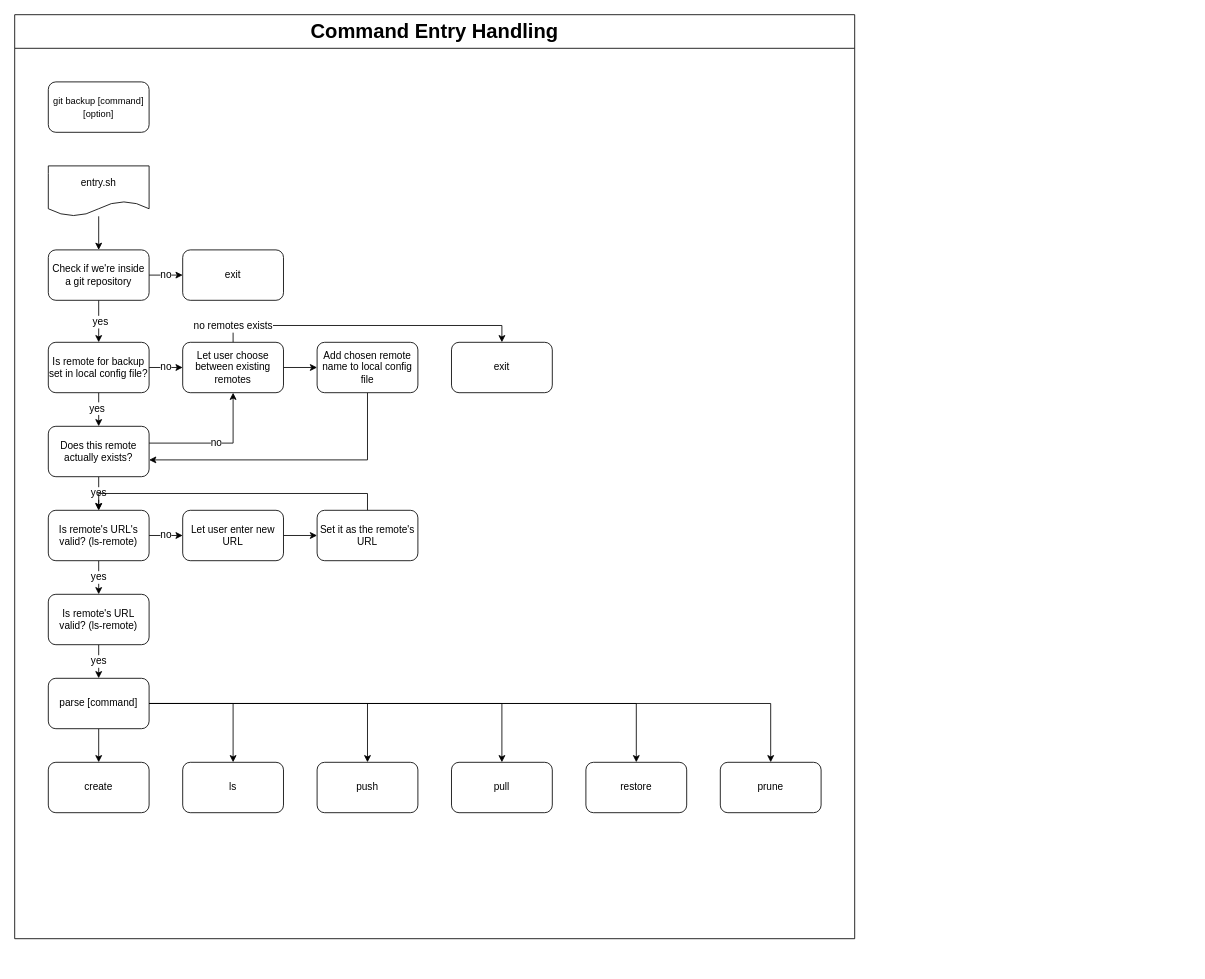
This is diagram/src/entry.drawio from jan9won/git-backup-commit, a draw.io file, before an edit. Source tidied: cells renumbered, new cells numbered last; positions are measured from the earlier drawing's top-left corner, leaving out a move shared by most shapes. Both pictures are drawn from the tidied source at 84%, with x=0, y=0 at pixel (14, 14).
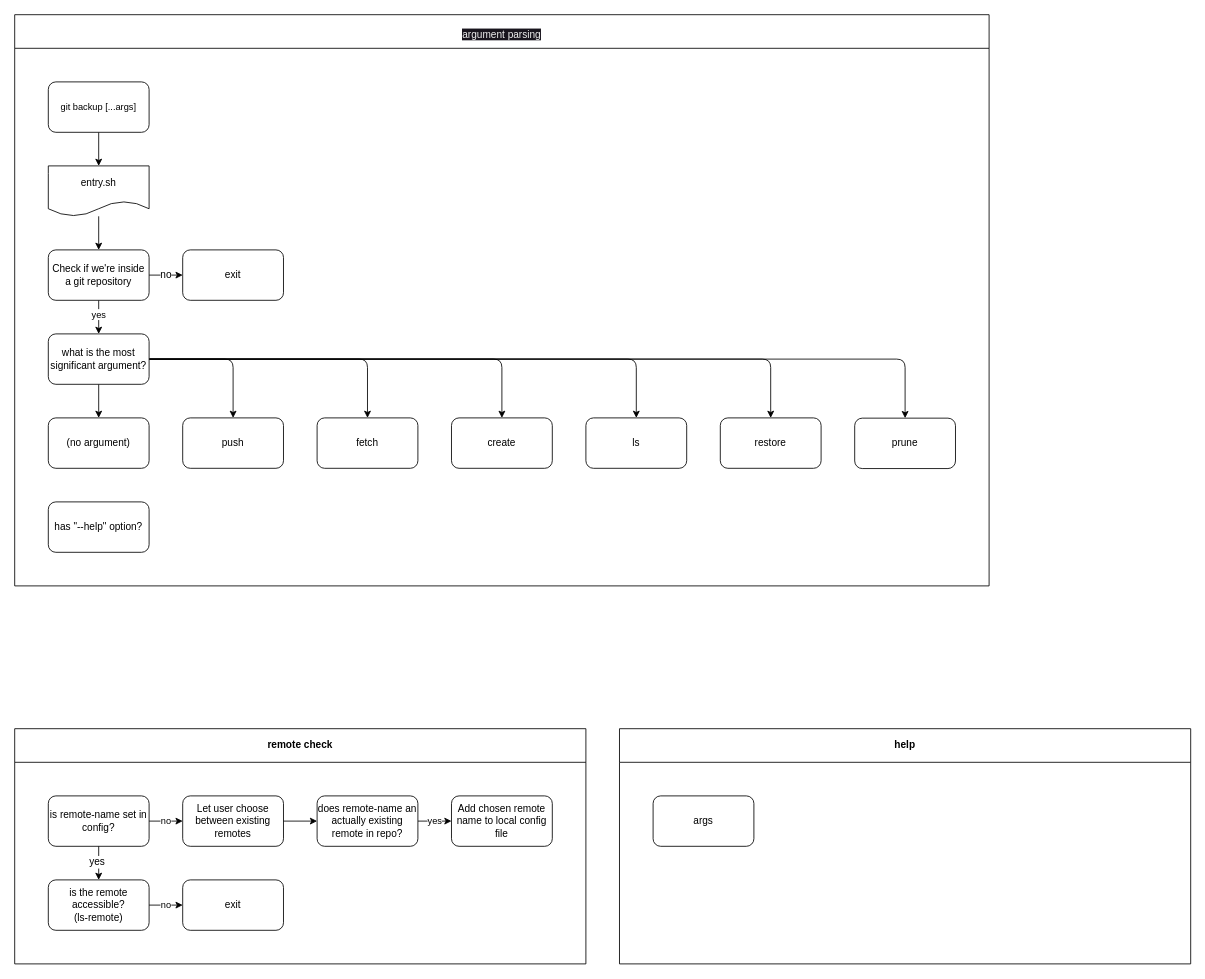
After the change.

Unchanged cells that the change refers to:
```xml
<mxCell id="4" value="entry.sh" style="shape=document;whiteSpace=wrap;html=1;boundedLbl=1;" parent="2" vertex="1">
  <mxGeometry x="40" y="180" width="120" height="60" as="geometry" />
</mxCell>
<mxCell id="8" value="Check if we're inside a git repository" style="rounded=1;whiteSpace=wrap;html=1;" parent="2" vertex="1">
  <mxGeometry x="40" y="280" width="120" height="60" as="geometry" />
</mxCell>
```

Diff of the diagram source:
```diff
@@
-    <mxCell id="2" value="&lt;font style=&quot;font-size: 24px;&quot;&gt;Command Entry Handling&lt;/font&gt;" style="swimlane;whiteSpace=wrap;html=1;startSize=40;fontSize=24;" parent="1" vertex="1">
-      <mxGeometry width="1000" height="1100" as="geometry" />
+    <mxCell id="2" value="&lt;span style=&quot;color: rgb(240, 240, 240); font-family: Helvetica; font-size: 12px; font-style: normal; font-variant-ligatures: normal; font-variant-caps: normal; font-weight: 400; letter-spacing: normal; orphans: 2; text-align: center; text-indent: 0px; text-transform: none; widows: 2; word-spacing: 0px; -webkit-text-stroke-width: 0px; background-color: rgb(24, 20, 29); text-decoration-thickness: initial; text-decoration-style: initial; text-decoration-color: initial; float: none; display: inline !important;&quot;&gt;argument parsing&lt;/span&gt;" style="swimlane;whiteSpace=wrap;html=1;startSize=40;fontSize=24;" parent="1" vertex="1">
+      <mxGeometry width="1160" height="680" as="geometry" />
     </mxCell>
@@
-    <mxCell id="5" style="edgeStyle=orthogonalEdgeStyle;rounded=0;jettySize=auto;html=1;fontSize=12;" parent="2" edge="1" source="8" target="13">
-      <mxGeometry relative="1" as="geometry" />
-    </mxCell>
-    <mxCell id="6" value="yes" style="edgeLabel;html=1;align=center;verticalAlign=middle;fontSize=12;" parent="5" vertex="1">
-      <mxGeometry x="0.01" y="1" relative="1" as="geometry" />
-    </mxCell>
@@
+    <mxCell id="48" style="edgeStyle=orthogonalEdgeStyle;html=1;" parent="2" edge="1" source="8" target="59">
+      <mxGeometry relative="1" as="geometry" />
+    </mxCell>
+    <mxCell id="49" value="yes" style="edgeLabel;html=1;align=center;verticalAlign=middle;" parent="48" vertex="1">
+      <mxGeometry x="-0.22" y="-1" relative="1" as="geometry" />
+    </mxCell>
@@
-    <mxCell id="10" style="edgeStyle=orthogonalEdgeStyle;rounded=0;jettySize=auto;html=1;fontSize=12;" parent="2" edge="1" source="13" target="22">
-      <mxGeometry relative="1" as="geometry" />
-    </mxCell>
-    <mxCell id="11" value="yes" style="edgeLabel;html=1;align=center;verticalAlign=middle;fontSize=12;" parent="10" vertex="1">
-      <mxGeometry x="-0.08" y="-3" relative="1" as="geometry" />
-    </mxCell>
-    <mxCell id="12" value="no" style="edgeStyle=orthogonalEdgeStyle;rounded=0;jettySize=auto;html=1;fontSize=12;" parent="2" edge="1" source="13" target="26">
-      <mxGeometry relative="1" as="geometry" />
-    </mxCell>
-    <mxCell id="13" value="Is remote for backup set in local config file?" style="rounded=1;whiteSpace=wrap;html=1;" parent="2" vertex="1">
-      <mxGeometry x="40" y="390" width="120" height="60" as="geometry" />
-    </mxCell>
-    <mxCell id="14" value="yes" style="edgeStyle=orthogonalEdgeStyle;rounded=0;jettySize=auto;html=1;fontSize=12;" parent="2" edge="1" source="15" target="36">
-      <mxGeometry relative="1" as="geometry" />
-    </mxCell>
-    <mxCell id="15" value="Is remote's URL valid? (ls-remote)" style="rounded=1;whiteSpace=wrap;html=1;" parent="2" vertex="1">
-      <mxGeometry x="40" y="690" width="120" height="60" as="geometry" />
-    </mxCell>
-    <mxCell id="16" value="yes" style="edgeStyle=orthogonalEdgeStyle;rounded=0;jettySize=auto;html=1;fontSize=12;" parent="2" edge="1" source="18" target="15">
-      <mxGeometry relative="1" as="geometry" />
-    </mxCell>
-    <mxCell id="17" value="no" style="edgeStyle=orthogonalEdgeStyle;rounded=0;jettySize=auto;html=1;fontSize=12;" parent="2" edge="1" source="18" target="28">
-      <mxGeometry relative="1" as="geometry" />
-    </mxCell>
-    <mxCell id="18" value="Is remote's URL's valid? (ls-remote)" style="rounded=1;whiteSpace=wrap;html=1;" parent="2" vertex="1">
-      <mxGeometry x="40" y="590" width="120" height="60" as="geometry" />
-    </mxCell>
-    <mxCell id="19" style="edgeStyle=orthogonalEdgeStyle;rounded=0;jettySize=auto;html=1;fontSize=12;" parent="2" edge="1" source="22" target="18">
-      <mxGeometry relative="1" as="geometry" />
-    </mxCell>
-    <mxCell id="20" value="yes" style="edgeLabel;html=1;align=center;verticalAlign=middle;fontSize=12;" parent="19" vertex="1">
-      <mxGeometry x="-0.04" y="-1" relative="1" as="geometry" />
-    </mxCell>
-    <mxCell id="21" value="no" style="edgeStyle=orthogonalEdgeStyle;rounded=0;jettySize=auto;html=1;fontSize=12;" parent="2" edge="1" source="22" target="26">
-      <mxGeometry relative="1" as="geometry">
-        <Array as="points">
-          <mxPoint x="260" y="510" />
-        </Array>
-      </mxGeometry>
-    </mxCell>
-    <mxCell id="22" value="Does this remote actually exists?" style="rounded=1;whiteSpace=wrap;html=1;" parent="2" vertex="1">
-      <mxGeometry x="40" y="490" width="120" height="60" as="geometry" />
-    </mxCell>
-    <mxCell id="23" style="edgeStyle=orthogonalEdgeStyle;rounded=0;jettySize=auto;html=1;fontSize=12;" parent="2" edge="1" source="26" target="30">
-      <mxGeometry relative="1" as="geometry" />
-    </mxCell>
-    <mxCell id="24" style="edgeStyle=orthogonalEdgeStyle;rounded=0;jettySize=auto;html=1;fontSize=12;" parent="2" edge="1" source="26" target="33">
-      <mxGeometry relative="1" as="geometry">
-        <Array as="points">
-          <mxPoint x="260" y="370" />
-          <mxPoint x="580" y="370" />
-        </Array>
-      </mxGeometry>
-    </mxCell>
-    <mxCell id="25" value="no remotes exists" style="edgeLabel;html=1;align=center;verticalAlign=middle;fontSize=12;" parent="24" vertex="1">
-      <mxGeometry x="-0.89" y="1" relative="1" as="geometry">
-        <mxPoint x="-1" y="1" as="offset" />
-      </mxGeometry>
-    </mxCell>
+    <mxCell id="34" value="push" style="rounded=1;whiteSpace=wrap;html=1;" parent="2" vertex="1">
+      <mxGeometry x="200" y="480" width="120" height="60" as="geometry" />
+    </mxCell>
+    <mxCell id="38" value="fetch" style="rounded=1;whiteSpace=wrap;html=1;" parent="2" vertex="1">
+      <mxGeometry x="360" y="480" width="120" height="60" as="geometry" />
+    </mxCell>
+    <mxCell id="40" value="restore" style="rounded=1;whiteSpace=wrap;html=1;" parent="2" vertex="1">
+      <mxGeometry x="840" y="480" width="120" height="60" as="geometry" />
+    </mxCell>
+    <mxCell id="42" value="prune" style="rounded=1;whiteSpace=wrap;html=1;" parent="2" vertex="1">
+      <mxGeometry x="1000" y="480.3" width="120" height="60" as="geometry" />
+    </mxCell>
+    <mxCell id="44" value="ls" style="rounded=1;whiteSpace=wrap;html=1;" parent="2" vertex="1">
+      <mxGeometry x="680" y="480" width="120" height="60" as="geometry" />
+    </mxCell>
+    <mxCell id="46" value="create" style="rounded=1;whiteSpace=wrap;html=1;" parent="2" vertex="1">
+      <mxGeometry x="520" y="480" width="120" height="60" as="geometry" />
+    </mxCell>
+    <mxCell id="50" style="edgeStyle=none;html=1;" parent="2" edge="1" source="47" target="4">
+      <mxGeometry relative="1" as="geometry" />
+    </mxCell>
+    <mxCell id="47" value="&lt;span style=&quot;font-size: 11px;&quot;&gt;git backup [...args]&lt;/span&gt;" style="rounded=1;whiteSpace=wrap;html=1;fillColor=default;labelBackgroundColor=none;fontColor=default;" parent="2" vertex="1">
+      <mxGeometry x="40" y="80" width="120" height="60" as="geometry" />
+    </mxCell>
+    <mxCell id="51" value="no" style="edgeStyle=orthogonalEdgeStyle;html=1;" parent="2" edge="1">
+      <mxGeometry relative="1" as="geometry">
+        <mxPoint x="500" y="579.9" as="targetPoint" />
+        <Array as="points">
+          <mxPoint x="660" y="559.9" />
+          <mxPoint x="500" y="559.9" />
+        </Array>
+      </mxGeometry>
+    </mxCell>
+    <mxCell id="52" style="edgeStyle=orthogonalEdgeStyle;html=1;" parent="2" edge="1" source="59" target="60">
+      <mxGeometry relative="1" as="geometry" />
+    </mxCell>
+    <mxCell id="53" style="edgeStyle=orthogonalEdgeStyle;html=1;" parent="2" edge="1" source="59" target="34">
+      <mxGeometry relative="1" as="geometry" />
+    </mxCell>
+    <mxCell id="54" style="edgeStyle=orthogonalEdgeStyle;html=1;" parent="2" edge="1" source="59" target="38">
+      <mxGeometry relative="1" as="geometry" />
+    </mxCell>
+    <mxCell id="55" style="edgeStyle=orthogonalEdgeStyle;html=1;" parent="2" edge="1" source="59" target="46">
+      <mxGeometry relative="1" as="geometry" />
+    </mxCell>
+    <mxCell id="56" style="edgeStyle=orthogonalEdgeStyle;html=1;" parent="2" edge="1" source="59" target="44">
+      <mxGeometry relative="1" as="geometry" />
+    </mxCell>
+    <mxCell id="57" style="edgeStyle=orthogonalEdgeStyle;html=1;" parent="2" edge="1" source="59" target="40">
+      <mxGeometry relative="1" as="geometry" />
+    </mxCell>
+    <mxCell id="58" style="edgeStyle=orthogonalEdgeStyle;html=1;" parent="2" edge="1" source="59" target="42">
+      <mxGeometry relative="1" as="geometry" />
+    </mxCell>
+    <mxCell id="59" value="what is the most significant argument?" style="rounded=1;whiteSpace=wrap;html=1;" parent="2" vertex="1">
+      <mxGeometry x="40" y="380" width="120" height="60" as="geometry" />
+    </mxCell>
+    <mxCell id="60" value="(no argument)" style="rounded=1;whiteSpace=wrap;html=1;" parent="2" vertex="1">
+      <mxGeometry x="40" y="480" width="120" height="60" as="geometry" />
+    </mxCell>
+    <mxCell id="61" value="has &quot;--help&quot; option?" style="rounded=1;whiteSpace=wrap;html=1;" parent="2" vertex="1">
+      <mxGeometry x="40" y="580" width="120" height="60" as="geometry" />
+    </mxCell>
+    <mxCell id="62" value="remote check" style="swimlane;whiteSpace=wrap;html=1;startSize=40;" parent="1" vertex="1">
+      <mxGeometry y="850" width="680" height="280" as="geometry" />
+    </mxCell>
+    <mxCell id="63" value="is remote-name set in config?" style="rounded=1;whiteSpace=wrap;html=1;" parent="62" vertex="1">
+      <mxGeometry x="40" y="80" width="120" height="60" as="geometry" />
+    </mxCell>
+    <mxCell id="64" value="is the remote accessible?&lt;br&gt;(ls-remote)" style="rounded=1;whiteSpace=wrap;html=1;" parent="62" vertex="1">
+      <mxGeometry x="40" y="180" width="120" height="60" as="geometry" />
+    </mxCell>
+    <mxCell id="65" style="edgeStyle=orthogonalEdgeStyle;rounded=0;jettySize=auto;html=1;fontSize=12;" parent="62" edge="1" source="63" target="64">
+      <mxGeometry relative="1" as="geometry" />
+    </mxCell>
+    <mxCell id="66" value="yes" style="edgeLabel;html=1;align=center;verticalAlign=middle;fontSize=12;" parent="65" vertex="1">
+      <mxGeometry x="-0.08" y="-3" relative="1" as="geometry" />
+    </mxCell>
-    <mxCell id="26" value="Let user choose between existing remotes" style="rounded=1;whiteSpace=wrap;html=1;" parent="2" vertex="1">
-      <mxGeometry x="200" y="390" width="120" height="60" as="geometry" />
+    <mxCell id="26" value="Let user choose between existing remotes" style="rounded=1;whiteSpace=wrap;html=1;" parent="62" vertex="1">
+      <mxGeometry x="200" y="80" width="120" height="60" as="geometry" />
     </mxCell>
-    <mxCell id="27" style="edgeStyle=orthogonalEdgeStyle;rounded=0;jettySize=auto;html=1;fontSize=12;" parent="2" edge="1" source="28" target="32">
-      <mxGeometry relative="1" as="geometry" />
-    </mxCell>
-    <mxCell id="28" value="Let user enter new URL" style="rounded=1;whiteSpace=wrap;html=1;" parent="2" vertex="1">
-      <mxGeometry x="200" y="590" width="120" height="60" as="geometry" />
-    </mxCell>
-    <mxCell id="29" style="edgeStyle=orthogonalEdgeStyle;rounded=0;jettySize=auto;html=1;fontSize=12;" parent="2" edge="1" source="30" target="22">
-      <mxGeometry relative="1" as="geometry">
-        <Array as="points">
-          <mxPoint x="420" y="530" />
-        </Array>
-      </mxGeometry>
-    </mxCell>
+    <mxCell id="67" value="no" style="edgeStyle=none;html=1;" parent="62" edge="1" source="63" target="26">
+      <mxGeometry relative="1" as="geometry" />
+    </mxCell>
-    <mxCell id="30" value="Add chosen remote name to local config file" style="rounded=1;whiteSpace=wrap;html=1;" parent="2" vertex="1">
-      <mxGeometry x="360" y="390" width="120" height="60" as="geometry" />
+    <mxCell id="30" value="Add chosen remote name to local config file" style="rounded=1;whiteSpace=wrap;html=1;" parent="62" vertex="1">
+      <mxGeometry x="520" y="80" width="120" height="60" as="geometry" />
     </mxCell>
-    <mxCell id="31" style="edgeStyle=orthogonalEdgeStyle;rounded=0;jettySize=auto;html=1;fontSize=12;" parent="2" edge="1" source="32" target="18">
-      <mxGeometry relative="1" as="geometry">
-        <Array as="points">
-          <mxPoint x="420" y="570" />
-          <mxPoint x="100" y="570" />
-        </Array>
-      </mxGeometry>
-    </mxCell>
-    <mxCell id="32" value="Set it as the remote's URL" style="rounded=1;whiteSpace=wrap;html=1;" parent="2" vertex="1">
-      <mxGeometry x="360" y="590" width="120" height="60" as="geometry" />
-    </mxCell>
+    <mxCell id="68" value="yes" style="edgeStyle=orthogonalEdgeStyle;html=1;rounded=0;" parent="62" edge="1" source="69" target="30">
+      <mxGeometry relative="1" as="geometry" />
+    </mxCell>
+    <mxCell id="69" value="does remote-name an actually existing remote in repo?" style="rounded=1;whiteSpace=wrap;html=1;" parent="62" vertex="1">
+      <mxGeometry x="360" y="80" width="120" height="60" as="geometry" />
+    </mxCell>
+    <mxCell id="70" style="edgeStyle=none;html=1;" parent="62" edge="1" source="26" target="69">
+      <mxGeometry relative="1" as="geometry" />
+    </mxCell>
-    <mxCell id="33" value="exit" style="rounded=1;whiteSpace=wrap;html=1;" parent="2" vertex="1">
-      <mxGeometry x="520" y="390" width="120" height="60" as="geometry" />
+    <mxCell id="33" value="exit" style="rounded=1;whiteSpace=wrap;html=1;" parent="62" vertex="1">
+      <mxGeometry x="200" y="180" width="120" height="60" as="geometry" />
     </mxCell>
-    <mxCell id="34" value="push" style="rounded=1;whiteSpace=wrap;html=1;" parent="2" vertex="1">
-      <mxGeometry x="360" y="890" width="120" height="60" as="geometry" />
-    </mxCell>
-    <mxCell id="35" style="edgeStyle=orthogonalEdgeStyle;rounded=0;jettySize=auto;html=1;fontSize=12;" parent="2" edge="1" source="36" target="46">
-      <mxGeometry relative="1" as="geometry" />
-    </mxCell>
-    <mxCell id="36" value="parse [command]" style="rounded=1;whiteSpace=wrap;html=1;" parent="2" vertex="1">
-      <mxGeometry x="40" y="790" width="120" height="60" as="geometry" />
-    </mxCell>
-    <mxCell id="37" style="edgeStyle=orthogonalEdgeStyle;rounded=0;jettySize=auto;html=1;" parent="2" edge="1" source="36" target="34">
-      <mxGeometry relative="1" as="geometry" />
-    </mxCell>
-    <mxCell id="38" value="pull" style="rounded=1;whiteSpace=wrap;html=1;" parent="2" vertex="1">
-      <mxGeometry x="520" y="890" width="120" height="60" as="geometry" />
-    </mxCell>
-    <mxCell id="39" style="edgeStyle=orthogonalEdgeStyle;rounded=0;jettySize=auto;html=1;fontSize=12;" parent="2" edge="1" source="36" target="38">
-      <mxGeometry relative="1" as="geometry" />
-    </mxCell>
-    <mxCell id="40" value="restore" style="rounded=1;whiteSpace=wrap;html=1;" parent="2" vertex="1">
-      <mxGeometry x="680" y="890" width="120" height="60" as="geometry" />
-    </mxCell>
-    <mxCell id="41" style="edgeStyle=orthogonalEdgeStyle;rounded=0;jettySize=auto;html=1;fontSize=12;" parent="2" edge="1" source="36" target="40">
-      <mxGeometry relative="1" as="geometry" />
-    </mxCell>
-    <mxCell id="42" value="prune" style="rounded=1;whiteSpace=wrap;html=1;" parent="2" vertex="1">
-      <mxGeometry x="840" y="890" width="120" height="60" as="geometry" />
-    </mxCell>
-    <mxCell id="43" style="edgeStyle=orthogonalEdgeStyle;rounded=0;jettySize=auto;html=1;fontSize=12;" parent="2" edge="1" source="36" target="42">
-      <mxGeometry relative="1" as="geometry" />
-    </mxCell>
-    <mxCell id="44" value="ls" style="rounded=1;whiteSpace=wrap;html=1;" parent="2" vertex="1">
-      <mxGeometry x="200" y="890" width="120" height="60" as="geometry" />
-    </mxCell>
-    <mxCell id="45" style="edgeStyle=orthogonalEdgeStyle;rounded=0;jettySize=auto;html=1;fontSize=12;" parent="2" edge="1" source="36" target="44">
-      <mxGeometry relative="1" as="geometry" />
-    </mxCell>
-    <mxCell id="46" value="create" style="rounded=1;whiteSpace=wrap;html=1;" parent="2" vertex="1">
-      <mxGeometry x="40" y="890" width="120" height="60" as="geometry" />
-    </mxCell>
-    <mxCell id="47" value="&lt;span style=&quot;font-size: 11px;&quot;&gt;git backup [command] [option]&lt;/span&gt;" style="rounded=1;whiteSpace=wrap;html=1;fillColor=default;labelBackgroundColor=none;fontColor=default;" parent="2" vertex="1">
-      <mxGeometry x="40" y="80" width="120" height="60" as="geometry" />
-    </mxCell>
+    <mxCell id="71" value="no" style="edgeStyle=none;html=1;" parent="62" edge="1" source="64" target="33">
+      <mxGeometry relative="1" as="geometry" />
+    </mxCell>
+    <mxCell id="72" value="help" style="swimlane;whiteSpace=wrap;html=1;startSize=40;" parent="1" vertex="1">
+      <mxGeometry x="720" y="850" width="680" height="280" as="geometry" />
+    </mxCell>
+    <mxCell id="73" value="args" style="rounded=1;whiteSpace=wrap;html=1;" parent="72" vertex="1">
+      <mxGeometry x="40" y="80" width="120" height="60" as="geometry" />
+    </mxCell>
```
